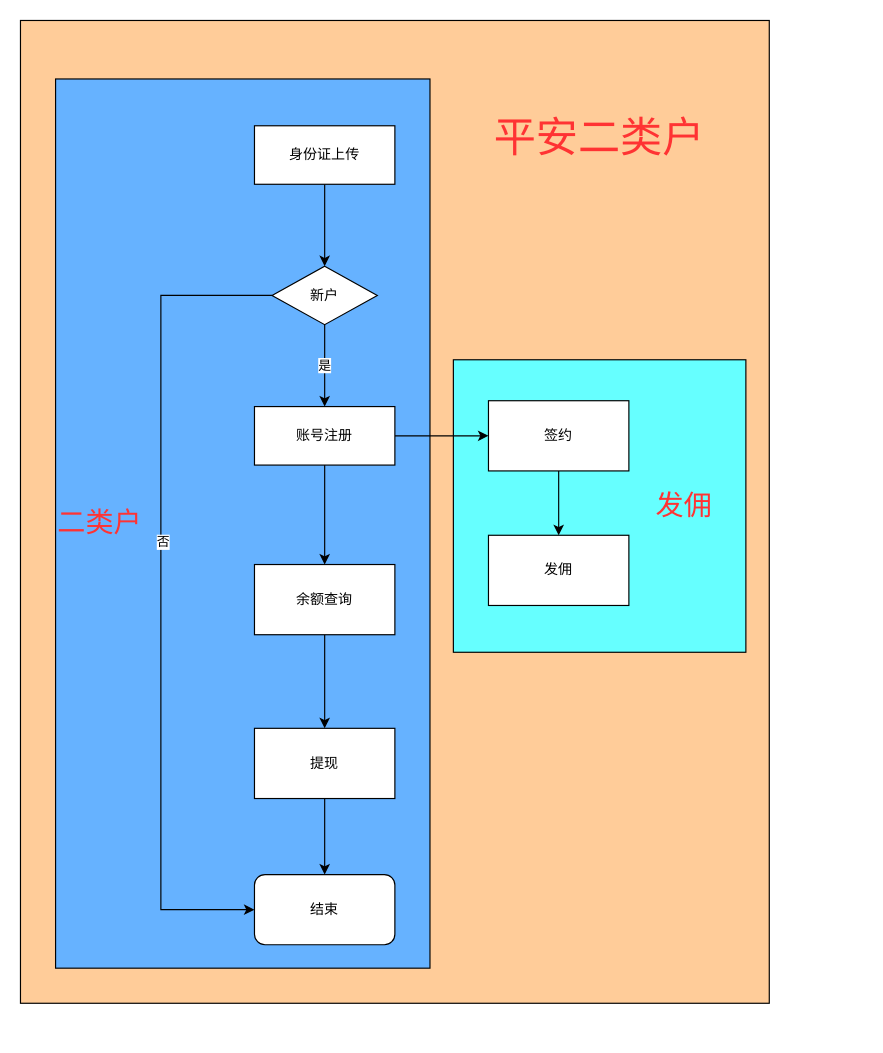
The draw.io diagram 平安&灵工.drawio in chengyi3192/draw, before the edit. Source tidied: cells renumbered, new cells numbered last; positions are measured from the earlier drawing's top-left corner, leaving out a move shared by most shapes. Both pictures are drawn from the tidied source at 117%, with x=0, y=0 at pixel (20, 20).
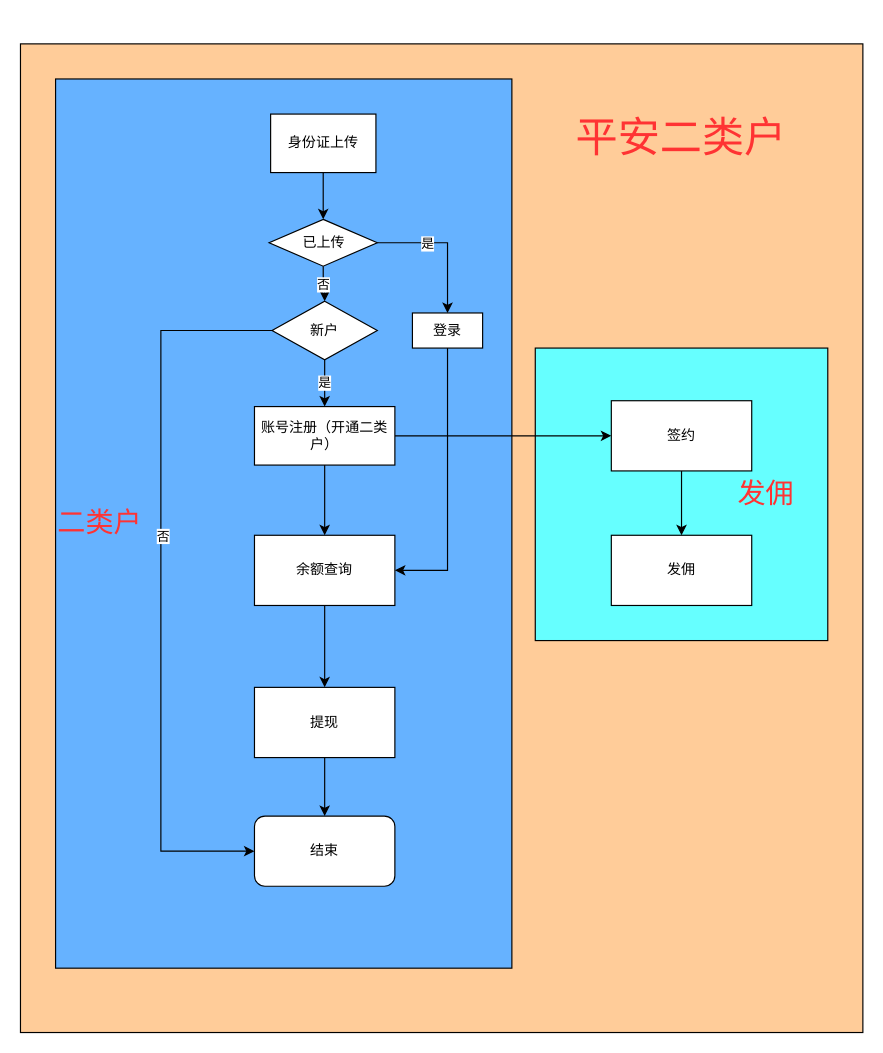
Above is the later version.

Commit message:
更新平安&灵工.drawio

The edit, as a diff of the source:
```diff
@@
     <mxCell id="2" value="&lt;div&gt;&lt;br&gt;&lt;/div&gt;" style="rounded=0;whiteSpace=wrap;html=1;fontColor=#FF3333;align=left;fillColor=#FFCC99;" parent="1" vertex="1">
-      <mxGeometry width="640" height="840" as="geometry" />
+      <mxGeometry y="20" width="720" height="845" as="geometry" />
     </mxCell>
     <mxCell id="3" value="&lt;font style=&quot;font-size: 24px&quot;&gt;二类户&lt;/font&gt;" style="rounded=0;whiteSpace=wrap;html=1;fontColor=#FF3333;align=left;fillColor=#66B2FF;" parent="1" vertex="1">
-      <mxGeometry x="30" y="50" width="320" height="760" as="geometry" />
+      <mxGeometry x="30" y="50" width="390" height="760" as="geometry" />
     </mxCell>
     <mxCell id="4" value="&lt;font style=&quot;font-size: 24px&quot;&gt;发佣&amp;nbsp; &amp;nbsp;&amp;nbsp;&lt;/font&gt;" style="rounded=0;whiteSpace=wrap;html=1;fillColor=#66FFFF;align=right;fontColor=#FF3333;" parent="1" vertex="1">
-      <mxGeometry x="370" y="290" width="250" height="250" as="geometry" />
+      <mxGeometry x="440" y="280" width="250" height="250" as="geometry" />
     </mxCell>
-    <mxCell id="5" style="edgeStyle=orthogonalEdgeStyle;rounded=0;jettySize=auto;html=1;entryX=0.5;entryY=0;entryDx=0;entryDy=0;" parent="1" edge="1" source="6">
-      <mxGeometry relative="1" as="geometry">
-        <mxPoint x="260" y="210" as="targetPoint" />
-      </mxGeometry>
+    <mxCell id="5" style="edgeStyle=orthogonalEdgeStyle;rounded=0;jettySize=auto;html=1;entryX=0.5;entryY=0;entryDx=0;entryDy=0;" parent="1" edge="1" source="6" target="26">
+      <mxGeometry relative="1" as="geometry" />
     </mxCell>
     <mxCell id="6" value="身份证上传" style="rounded=0;whiteSpace=wrap;html=1;" parent="1" vertex="1">
-      <mxGeometry x="200" y="90" width="120" height="50" as="geometry" />
+      <mxGeometry x="213.8" y="80" width="90" height="50" as="geometry" />
     </mxCell>
@@
-    <mxCell id="8" style="edgeStyle=orthogonalEdgeStyle;rounded=0;jettySize=auto;html=1;" parent="1" edge="1" source="9">
-      <mxGeometry relative="1" as="geometry">
-        <mxPoint x="400" y="355" as="targetPoint" />
-      </mxGeometry>
+    <mxCell id="8" style="edgeStyle=orthogonalEdgeStyle;rounded=0;jettySize=auto;html=1;" parent="1" edge="1" source="9" target="20">
+      <mxGeometry relative="1" as="geometry" />
     </mxCell>
-    <mxCell id="9" value="账号注册" style="whiteSpace=wrap;html=1;rounded=0;" parent="1" vertex="1">
+    <mxCell id="9" value="账号注册（开通二类户）" style="whiteSpace=wrap;html=1;rounded=0;" parent="1" vertex="1">
       <mxGeometry x="200" y="330" width="120" height="50" as="geometry" />
     </mxCell>
@@
     <mxCell id="11" value="余额查询" style="whiteSpace=wrap;html=1;rounded=0;" parent="1" vertex="1">
-      <mxGeometry x="200" y="465" width="120" height="60" as="geometry" />
+      <mxGeometry x="200" y="440" width="120" height="60" as="geometry" />
     </mxCell>
@@
     <mxCell id="13" value="提现" style="whiteSpace=wrap;html=1;rounded=0;" parent="1" vertex="1">
-      <mxGeometry x="200" y="605" width="120" height="60" as="geometry" />
+      <mxGeometry x="200" y="570" width="120" height="60" as="geometry" />
     </mxCell>
@@
     <mxCell id="15" style="edgeStyle=orthogonalEdgeStyle;rounded=0;jettySize=auto;html=1;exitX=0;exitY=0.5;exitDx=0;exitDy=0;entryX=0;entryY=0.5;entryDx=0;entryDy=0;" parent="1" edge="1" source="17" target="18">
       <mxGeometry relative="1" as="geometry">
         <Array as="points">
-          <mxPoint x="120" y="235" />
-          <mxPoint x="120" y="760" />
+          <mxPoint x="120" y="265" />
+          <mxPoint x="120" y="710" />
         </Array>
       </mxGeometry>
     </mxCell>
@@
     <mxCell id="17" value="新户" style="rhombus;whiteSpace=wrap;html=1;" parent="1" vertex="1">
-      <mxGeometry x="215" y="210" width="90" height="50" as="geometry" />
+      <mxGeometry x="215" y="240" width="90" height="50" as="geometry" />
     </mxCell>
     <mxCell id="18" value="结束" style="rounded=1;whiteSpace=wrap;html=1;" parent="1" vertex="1">
-      <mxGeometry x="200" y="730" width="120" height="60" as="geometry" />
+      <mxGeometry x="200" y="680" width="120" height="60" as="geometry" />
     </mxCell>
@@
     <mxCell id="20" value="签约" style="rounded=0;whiteSpace=wrap;html=1;" parent="1" vertex="1">
-      <mxGeometry x="400" y="325" width="120" height="60" as="geometry" />
+      <mxGeometry x="505" y="325" width="120" height="60" as="geometry" />
     </mxCell>
     <mxCell id="21" value="发佣" style="whiteSpace=wrap;html=1;rounded=0;" parent="1" vertex="1">
-      <mxGeometry x="400" y="440" width="120" height="60" as="geometry" />
+      <mxGeometry x="505" y="440" width="120" height="60" as="geometry" />
     </mxCell>
     <mxCell id="22" value="&lt;font style=&quot;font-size: 36px&quot;&gt;平安二类户&lt;/font&gt;" style="text;html=1;strokeColor=none;fillColor=none;align=center;verticalAlign=middle;whiteSpace=wrap;rounded=0;fontColor=#FF3333;" parent="1" vertex="1">
-      <mxGeometry x="395" y="70" width="200" height="60" as="geometry" />
+      <mxGeometry x="465" y="70" width="200" height="60" as="geometry" />
     </mxCell>
+    <mxCell id="23" style="edgeStyle=orthogonalEdgeStyle;rounded=0;jettySize=auto;html=1;exitX=1;exitY=0.5;exitDx=0;exitDy=0;entryX=0.5;entryY=0;entryDx=0;entryDy=0;" parent="1" edge="1" source="26" target="28">
+      <mxGeometry relative="1" as="geometry" />
+    </mxCell>
+    <mxCell id="24" value="是" style="edgeLabel;html=1;align=center;verticalAlign=middle;" parent="23" vertex="1">
+      <mxGeometry x="-0.3" relative="1" as="geometry" />
+    </mxCell>
+    <mxCell id="25" value="否" style="edgeStyle=orthogonalEdgeStyle;rounded=0;jettySize=auto;html=1;exitX=0.5;exitY=1;exitDx=0;exitDy=0;" parent="1" edge="1" source="26" target="17">
+      <mxGeometry relative="1" as="geometry" />
+    </mxCell>
+    <mxCell id="26" value="已上传" style="rhombus;whiteSpace=wrap;html=1;" parent="1" vertex="1">
+      <mxGeometry x="212.5" y="170" width="92.5" height="40" as="geometry" />
+    </mxCell>
+    <mxCell id="27" style="edgeStyle=orthogonalEdgeStyle;rounded=0;jettySize=auto;html=1;exitX=0.5;exitY=1;exitDx=0;exitDy=0;entryX=1;entryY=0.5;entryDx=0;entryDy=0;" parent="1" edge="1" source="28" target="11">
+      <mxGeometry relative="1" as="geometry" />
+    </mxCell>
+    <mxCell id="28" value="登录" style="rounded=0;whiteSpace=wrap;html=1;" parent="1" vertex="1">
+      <mxGeometry x="335" y="250" width="60" height="30" as="geometry" />
+    </mxCell>
```
